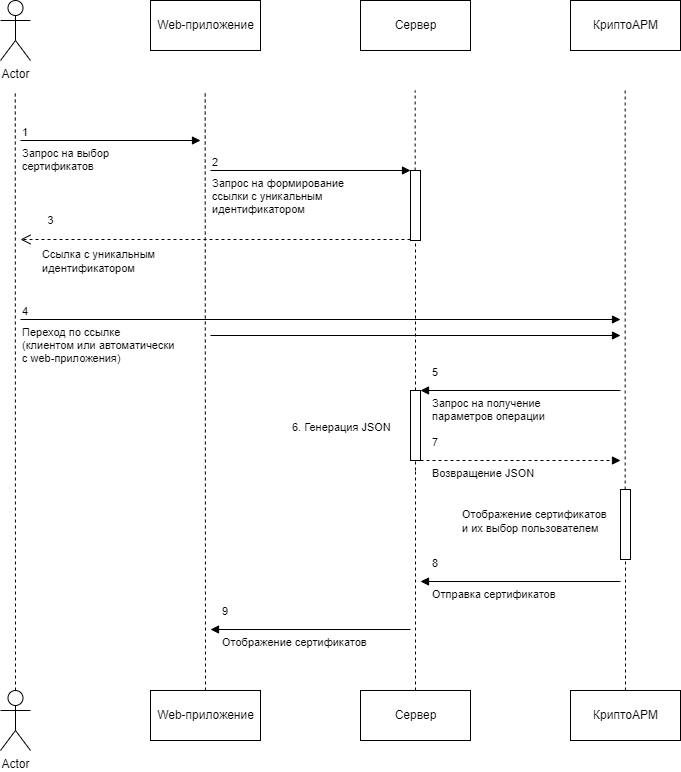
The draw.io diagram docs/003-certificates/images/certificates.drawio.png in OlgaGaz/Test1, before a commit. Source tidied: cells renumbered, new cells last; positions are measured from the earlier drawing's top-left corner, leaving out a move shared by most shapes.
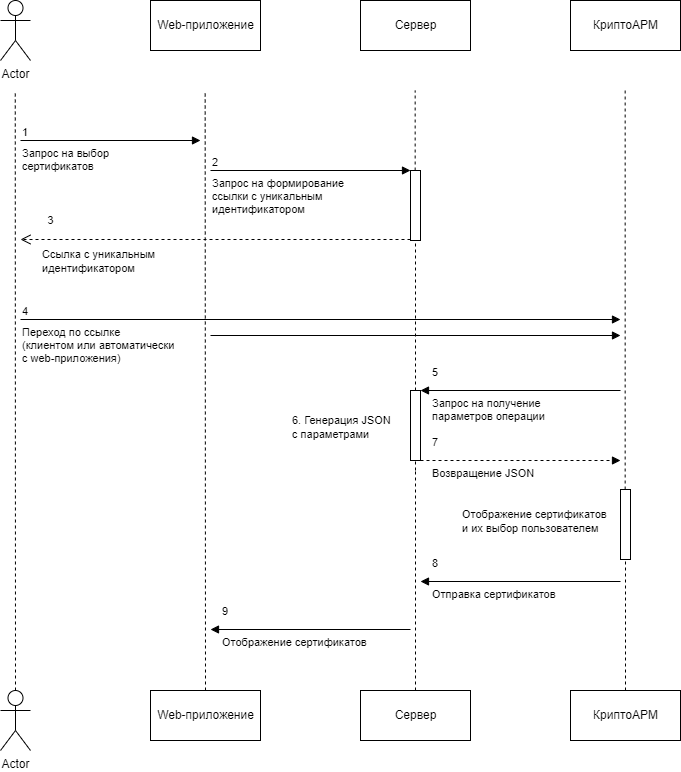
The same file after the commit.

The edit, as a diff of the source:
```diff
@@ -109,8 +109,8 @@
     <mxCell id="25" style="html=1;points=[];perimeter=orthogonalPerimeter;" parent="1" vertex="1">
       <mxGeometry x="410" y="390" width="10" height="70" as="geometry" />
     </mxCell>
-    <mxCell id="26" value="&lt;span style=&quot;font-size: 11px; background-color: rgb(255, 255, 255);&quot;&gt;6. Генерация JSON&lt;/span&gt;" style="text;whiteSpace=wrap;html=1;" parent="1" vertex="1">
-      <mxGeometry x="290" y="412.5" width="110" height="25" as="geometry" />
+    <mxCell id="26" value="&lt;span style=&quot;font-size: 11px; background-color: rgb(255, 255, 255);&quot;&gt;6. Генерация JSON&lt;br&gt;с параметрами&lt;br&gt;&lt;/span&gt;" style="text;whiteSpace=wrap;html=1;" parent="1" vertex="1">
+      <mxGeometry x="290" y="406.2" width="110" height="37.5" as="geometry" />
     </mxCell>
     <mxCell id="27" value="Возвращение JSON" style="endArrow=block;endFill=1;html=1;edgeStyle=orthogonalEdgeStyle;align=left;verticalAlign=top;dashed=1;" parent="1" edge="1">
       <mxGeometry x="-0.9" relative="1" as="geometry">
```
